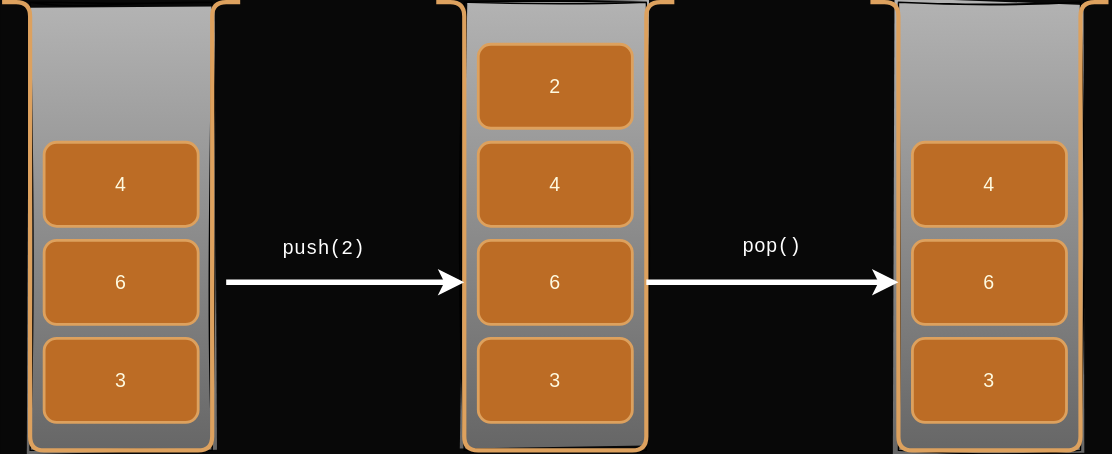
Before: 3-Stacks/images/stack2.svg, a diagram exported from draw.io (JAC-CS-Programming-4-W24/Notes). Source tidied: cells renumbered, new cells last; positions are measured from the earlier drawing's top-left corner, leaving out a move shared by most shapes.
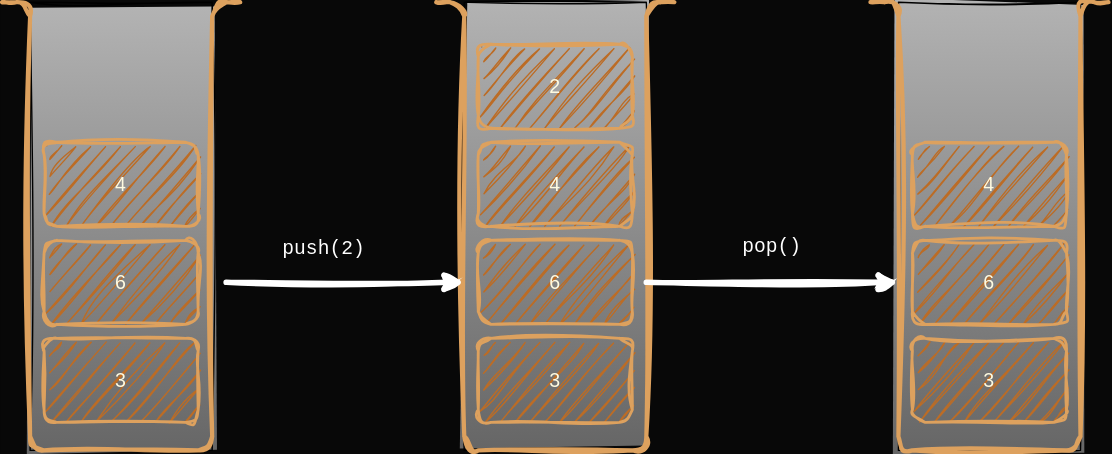
After the change.

Change to the diagram source:
```diff
@@ -11,7 +11,7 @@
     <mxCell id="4" style="rounded=0;whiteSpace=wrap;html=1;sketch=1;hachureGap=4;jiggle=2;curveFitting=1;fontFamily=Architects Daughter;fontSource=https%3A%2F%2Ffonts.googleapis.com%2Fcss%3Ffamily%3DArchitects%2BDaughter;fontSize=20;gradientColor=#666666;fillColor=#B3B3B3;" parent="1" vertex="1">
       <mxGeometry x="20" width="130" height="320" as="geometry" />
     </mxCell>
-    <mxCell id="5" style="endArrow=none;html=1;rounded=1;edgeStyle=orthogonalEdgeStyle;strokeWidth=3;labelBackgroundColor=#283618;strokeColor=#DDA15E;fontColor=#FEFAE0;" parent="1" edge="1">
+    <mxCell id="5" style="endArrow=none;html=1;rounded=1;edgeStyle=orthogonalEdgeStyle;strokeWidth=3;labelBackgroundColor=#283618;strokeColor=#DDA15E;fontColor=#FEFAE0;sketch=1;curveFitting=1;jiggle=2;" parent="1" edge="1">
       <mxGeometry relative="1" as="geometry">
         <mxPoint as="sourcePoint" />
         <mxPoint x="170" as="targetPoint" />
@@ -23,25 +23,25 @@
         </Array>
       </mxGeometry>
     </mxCell>
-    <mxCell id="6" style="rounded=1;whiteSpace=wrap;html=1;fontSize=14;strokeWidth=2;fillColor=#BC6C25;strokeColor=#DDA15E;fontColor=#FEFAE0;" parent="1" vertex="1">
+    <mxCell id="6" style="rounded=1;whiteSpace=wrap;html=1;fontSize=14;strokeWidth=2;fillColor=#BC6C25;strokeColor=#DDA15E;fontColor=#FEFAE0;sketch=1;curveFitting=1;jiggle=2;" parent="1" vertex="1">
       <mxGeometry x="30" y="240" width="110" height="60" as="geometry" />
     </mxCell>
-    <mxCell id="7" value="3" style="text;html=1;strokeColor=none;fillColor=none;align=center;verticalAlign=middle;whiteSpace=wrap;rounded=0;fontSize=14;fontColor=#FEFAE0;" parent="1" vertex="1">
+    <mxCell id="7" value="3" style="text;html=1;strokeColor=none;fillColor=none;align=center;verticalAlign=middle;whiteSpace=wrap;rounded=0;fontSize=14;fontColor=#FEFAE0;sketch=1;curveFitting=1;jiggle=2;" parent="1" vertex="1">
       <mxGeometry x="55" y="255" width="60" height="30" as="geometry" />
     </mxCell>
-    <mxCell id="8" style="rounded=1;whiteSpace=wrap;html=1;fontSize=14;strokeWidth=2;fillColor=#BC6C25;strokeColor=#DDA15E;fontColor=#FEFAE0;" parent="1" vertex="1">
+    <mxCell id="8" style="rounded=1;whiteSpace=wrap;html=1;fontSize=14;strokeWidth=2;fillColor=#BC6C25;strokeColor=#DDA15E;fontColor=#FEFAE0;sketch=1;curveFitting=1;jiggle=2;" parent="1" vertex="1">
       <mxGeometry x="30" y="170" width="110" height="60" as="geometry" />
     </mxCell>
-    <mxCell id="9" value="6" style="text;html=1;strokeColor=none;fillColor=none;align=center;verticalAlign=middle;whiteSpace=wrap;rounded=0;fontSize=14;fontColor=#FEFAE0;" parent="1" vertex="1">
+    <mxCell id="9" value="6" style="text;html=1;strokeColor=none;fillColor=none;align=center;verticalAlign=middle;whiteSpace=wrap;rounded=0;fontSize=14;fontColor=#FEFAE0;sketch=1;curveFitting=1;jiggle=2;" parent="1" vertex="1">
       <mxGeometry x="55" y="185" width="60" height="30" as="geometry" />
     </mxCell>
-    <mxCell id="10" style="rounded=1;whiteSpace=wrap;html=1;fontSize=14;strokeWidth=2;fillColor=#BC6C25;strokeColor=#DDA15E;fontColor=#FEFAE0;" parent="1" vertex="1">
+    <mxCell id="10" style="rounded=1;whiteSpace=wrap;html=1;fontSize=14;strokeWidth=2;fillColor=#BC6C25;strokeColor=#DDA15E;fontColor=#FEFAE0;sketch=1;curveFitting=1;jiggle=2;" parent="1" vertex="1">
       <mxGeometry x="30" y="100" width="110" height="60" as="geometry" />
     </mxCell>
-    <mxCell id="11" value="4" style="text;html=1;strokeColor=none;fillColor=none;align=center;verticalAlign=middle;whiteSpace=wrap;rounded=0;fontSize=14;fontColor=#FEFAE0;" parent="1" vertex="1">
+    <mxCell id="11" value="4" style="text;html=1;strokeColor=none;fillColor=none;align=center;verticalAlign=middle;whiteSpace=wrap;rounded=0;fontSize=14;fontColor=#FEFAE0;sketch=1;curveFitting=1;jiggle=2;" parent="1" vertex="1">
       <mxGeometry x="55" y="115" width="60" height="30" as="geometry" />
     </mxCell>
-    <mxCell id="12" style="endArrow=none;html=1;rounded=1;edgeStyle=orthogonalEdgeStyle;strokeWidth=3;labelBackgroundColor=#283618;strokeColor=#DDA15E;fontColor=#FEFAE0;" parent="1" edge="1">
+    <mxCell id="12" style="endArrow=none;html=1;rounded=1;edgeStyle=orthogonalEdgeStyle;strokeWidth=3;labelBackgroundColor=#283618;strokeColor=#DDA15E;fontColor=#FEFAE0;sketch=1;curveFitting=1;jiggle=2;" parent="1" edge="1">
       <mxGeometry relative="1" as="geometry">
         <mxPoint x="310" as="sourcePoint" />
         <mxPoint x="480" as="targetPoint" />
@@ -53,25 +53,25 @@
         </Array>
       </mxGeometry>
     </mxCell>
-    <mxCell id="13" style="rounded=1;whiteSpace=wrap;html=1;fontSize=14;strokeWidth=2;fillColor=#BC6C25;strokeColor=#DDA15E;fontColor=#FEFAE0;" parent="1" vertex="1">
+    <mxCell id="13" style="rounded=1;whiteSpace=wrap;html=1;fontSize=14;strokeWidth=2;fillColor=#BC6C25;strokeColor=#DDA15E;fontColor=#FEFAE0;sketch=1;curveFitting=1;jiggle=2;" parent="1" vertex="1">
       <mxGeometry x="340" y="240" width="110" height="60" as="geometry" />
     </mxCell>
-    <mxCell id="14" value="3" style="text;html=1;strokeColor=none;fillColor=none;align=center;verticalAlign=middle;whiteSpace=wrap;rounded=0;fontSize=14;fontColor=#FEFAE0;" parent="1" vertex="1">
+    <mxCell id="14" value="3" style="text;html=1;strokeColor=none;fillColor=none;align=center;verticalAlign=middle;whiteSpace=wrap;rounded=0;fontSize=14;fontColor=#FEFAE0;sketch=1;curveFitting=1;jiggle=2;" parent="1" vertex="1">
       <mxGeometry x="365" y="255" width="60" height="30" as="geometry" />
     </mxCell>
-    <mxCell id="15" style="rounded=1;whiteSpace=wrap;html=1;fontSize=14;strokeWidth=2;fillColor=#BC6C25;strokeColor=#DDA15E;fontColor=#FEFAE0;" parent="1" vertex="1">
+    <mxCell id="15" style="rounded=1;whiteSpace=wrap;html=1;fontSize=14;strokeWidth=2;fillColor=#BC6C25;strokeColor=#DDA15E;fontColor=#FEFAE0;sketch=1;curveFitting=1;jiggle=2;" parent="1" vertex="1">
       <mxGeometry x="340" y="170" width="110" height="60" as="geometry" />
     </mxCell>
-    <mxCell id="16" value="6" style="text;html=1;strokeColor=none;fillColor=none;align=center;verticalAlign=middle;whiteSpace=wrap;rounded=0;fontSize=14;fontColor=#FEFAE0;" parent="1" vertex="1">
+    <mxCell id="16" value="6" style="text;html=1;strokeColor=none;fillColor=none;align=center;verticalAlign=middle;whiteSpace=wrap;rounded=0;fontSize=14;fontColor=#FEFAE0;sketch=1;curveFitting=1;jiggle=2;" parent="1" vertex="1">
       <mxGeometry x="365" y="185" width="60" height="30" as="geometry" />
     </mxCell>
-    <mxCell id="17" style="rounded=1;whiteSpace=wrap;html=1;fontSize=14;strokeWidth=2;fillColor=#BC6C25;strokeColor=#DDA15E;fontColor=#FEFAE0;" parent="1" vertex="1">
+    <mxCell id="17" style="rounded=1;whiteSpace=wrap;html=1;fontSize=14;strokeWidth=2;fillColor=#BC6C25;strokeColor=#DDA15E;fontColor=#FEFAE0;sketch=1;curveFitting=1;jiggle=2;" parent="1" vertex="1">
       <mxGeometry x="340" y="100" width="110" height="60" as="geometry" />
     </mxCell>
-    <mxCell id="18" value="4" style="text;html=1;strokeColor=none;fillColor=none;align=center;verticalAlign=middle;whiteSpace=wrap;rounded=0;fontSize=14;fontColor=#FEFAE0;" parent="1" vertex="1">
+    <mxCell id="18" value="4" style="text;html=1;strokeColor=none;fillColor=none;align=center;verticalAlign=middle;whiteSpace=wrap;rounded=0;fontSize=14;fontColor=#FEFAE0;sketch=1;curveFitting=1;jiggle=2;" parent="1" vertex="1">
       <mxGeometry x="365" y="115" width="60" height="30" as="geometry" />
     </mxCell>
-    <mxCell id="19" style="endArrow=none;html=1;rounded=1;edgeStyle=orthogonalEdgeStyle;strokeWidth=3;labelBackgroundColor=#283618;strokeColor=#DDA15E;fontColor=#FEFAE0;" parent="1" edge="1">
+    <mxCell id="19" style="endArrow=none;html=1;rounded=1;edgeStyle=orthogonalEdgeStyle;strokeWidth=3;labelBackgroundColor=#283618;strokeColor=#DDA15E;fontColor=#FEFAE0;sketch=1;curveFitting=1;jiggle=2;" parent="1" edge="1">
       <mxGeometry relative="1" as="geometry">
         <mxPoint x="620" as="sourcePoint" />
         <mxPoint x="790" as="targetPoint" />
@@ -83,46 +83,46 @@
         </Array>
       </mxGeometry>
     </mxCell>
-    <mxCell id="20" style="rounded=1;whiteSpace=wrap;html=1;fontSize=14;strokeWidth=2;fillColor=#BC6C25;strokeColor=#DDA15E;fontColor=#FEFAE0;" parent="1" vertex="1">
+    <mxCell id="20" style="rounded=1;whiteSpace=wrap;html=1;fontSize=14;strokeWidth=2;fillColor=#BC6C25;strokeColor=#DDA15E;fontColor=#FEFAE0;sketch=1;curveFitting=1;jiggle=2;" parent="1" vertex="1">
       <mxGeometry x="650" y="240" width="110" height="60" as="geometry" />
     </mxCell>
-    <mxCell id="21" value="3" style="text;html=1;strokeColor=none;fillColor=none;align=center;verticalAlign=middle;whiteSpace=wrap;rounded=0;fontSize=14;fontColor=#FEFAE0;" parent="1" vertex="1">
+    <mxCell id="21" value="3" style="text;html=1;strokeColor=none;fillColor=none;align=center;verticalAlign=middle;whiteSpace=wrap;rounded=0;fontSize=14;fontColor=#FEFAE0;sketch=1;curveFitting=1;jiggle=2;" parent="1" vertex="1">
       <mxGeometry x="675" y="255" width="60" height="30" as="geometry" />
     </mxCell>
-    <mxCell id="22" style="rounded=1;whiteSpace=wrap;html=1;fontSize=14;strokeWidth=2;fillColor=#BC6C25;strokeColor=#DDA15E;fontColor=#FEFAE0;" parent="1" vertex="1">
+    <mxCell id="22" style="rounded=1;whiteSpace=wrap;html=1;fontSize=14;strokeWidth=2;fillColor=#BC6C25;strokeColor=#DDA15E;fontColor=#FEFAE0;sketch=1;curveFitting=1;jiggle=2;" parent="1" vertex="1">
       <mxGeometry x="650" y="170" width="110" height="60" as="geometry" />
     </mxCell>
-    <mxCell id="23" value="6" style="text;html=1;strokeColor=none;fillColor=none;align=center;verticalAlign=middle;whiteSpace=wrap;rounded=0;fontSize=14;fontColor=#FEFAE0;" parent="1" vertex="1">
+    <mxCell id="23" value="6" style="text;html=1;strokeColor=none;fillColor=none;align=center;verticalAlign=middle;whiteSpace=wrap;rounded=0;fontSize=14;fontColor=#FEFAE0;sketch=1;curveFitting=1;jiggle=2;" parent="1" vertex="1">
       <mxGeometry x="675" y="185" width="60" height="30" as="geometry" />
     </mxCell>
-    <mxCell id="24" style="rounded=1;whiteSpace=wrap;html=1;fontSize=14;strokeWidth=2;fillColor=#BC6C25;strokeColor=#DDA15E;fontColor=#FEFAE0;" parent="1" vertex="1">
+    <mxCell id="24" style="rounded=1;whiteSpace=wrap;html=1;fontSize=14;strokeWidth=2;fillColor=#BC6C25;strokeColor=#DDA15E;fontColor=#FEFAE0;sketch=1;curveFitting=1;jiggle=2;" parent="1" vertex="1">
       <mxGeometry x="650" y="100" width="110" height="60" as="geometry" />
     </mxCell>
-    <mxCell id="25" value="4" style="text;html=1;strokeColor=none;fillColor=none;align=center;verticalAlign=middle;whiteSpace=wrap;rounded=0;fontSize=14;fontColor=#FEFAE0;" parent="1" vertex="1">
+    <mxCell id="25" value="4" style="text;html=1;strokeColor=none;fillColor=none;align=center;verticalAlign=middle;whiteSpace=wrap;rounded=0;fontSize=14;fontColor=#FEFAE0;sketch=1;curveFitting=1;jiggle=2;" parent="1" vertex="1">
       <mxGeometry x="675" y="115" width="60" height="30" as="geometry" />
     </mxCell>
-    <mxCell id="26" style="endArrow=classic;html=1;rounded=0;fontSize=14;edgeStyle=orthogonalEdgeStyle;strokeColor=#FFFFFF;strokeWidth=4;" parent="1" edge="1">
+    <mxCell id="26" style="endArrow=classic;html=1;rounded=0;fontSize=14;edgeStyle=orthogonalEdgeStyle;strokeColor=#FFFFFF;strokeWidth=4;sketch=1;curveFitting=1;jiggle=2;" parent="1" edge="1">
       <mxGeometry relative="1" as="geometry">
         <mxPoint x="160" y="200" as="sourcePoint" />
         <mxPoint x="330" y="200" as="targetPoint" />
       </mxGeometry>
     </mxCell>
-    <mxCell id="27" style="endArrow=classic;html=1;rounded=0;fontSize=14;edgeStyle=orthogonalEdgeStyle;strokeColor=#FFFFFF;strokeWidth=4;" parent="1" edge="1">
+    <mxCell id="27" style="endArrow=classic;html=1;rounded=0;fontSize=14;edgeStyle=orthogonalEdgeStyle;strokeColor=#FFFFFF;strokeWidth=4;sketch=1;curveFitting=1;jiggle=2;" parent="1" edge="1">
       <mxGeometry relative="1" as="geometry">
         <mxPoint x="460" y="200" as="sourcePoint" />
         <mxPoint x="640" y="200" as="targetPoint" />
       </mxGeometry>
     </mxCell>
-    <mxCell id="28" value="&lt;font face=&quot;Courier New&quot;&gt;push(2)&lt;/font&gt;" style="text;html=1;strokeColor=none;fillColor=none;align=center;verticalAlign=middle;whiteSpace=wrap;rounded=0;fontSize=14;fontColor=#FFFFFF;" parent="1" vertex="1">
+    <mxCell id="28" value="&lt;font face=&quot;Courier New&quot;&gt;push(2)&lt;/font&gt;" style="text;html=1;strokeColor=none;fillColor=none;align=center;verticalAlign=middle;whiteSpace=wrap;rounded=0;fontSize=14;fontColor=#FFFFFF;sketch=1;curveFitting=1;jiggle=2;" parent="1" vertex="1">
       <mxGeometry x="200" y="160" width="60" height="30" as="geometry" />
     </mxCell>
-    <mxCell id="29" value="pop()" style="text;html=1;strokeColor=none;fillColor=none;align=center;verticalAlign=middle;whiteSpace=wrap;rounded=0;fontSize=14;fontColor=#FFFFFF;fontFamily=Courier New;" parent="1" vertex="1">
+    <mxCell id="29" value="pop()" style="text;html=1;strokeColor=none;fillColor=none;align=center;verticalAlign=middle;whiteSpace=wrap;rounded=0;fontSize=14;fontColor=#FFFFFF;fontFamily=Courier New;sketch=1;curveFitting=1;jiggle=2;" parent="1" vertex="1">
       <mxGeometry x="520" y="160" width="60" height="30" as="geometry" />
     </mxCell>
-    <mxCell id="30" style="rounded=1;whiteSpace=wrap;html=1;fontSize=14;strokeWidth=2;fillColor=#BC6C25;strokeColor=#DDA15E;fontColor=#FEFAE0;" parent="1" vertex="1">
+    <mxCell id="30" style="rounded=1;whiteSpace=wrap;html=1;fontSize=14;strokeWidth=2;fillColor=#BC6C25;strokeColor=#DDA15E;fontColor=#FEFAE0;sketch=1;curveFitting=1;jiggle=2;" parent="1" vertex="1">
       <mxGeometry x="340" y="30" width="110" height="60" as="geometry" />
     </mxCell>
-    <mxCell id="31" value="2" style="text;html=1;strokeColor=none;fillColor=none;align=center;verticalAlign=middle;whiteSpace=wrap;rounded=0;fontSize=14;fontColor=#FEFAE0;" parent="1" vertex="1">
+    <mxCell id="31" value="2" style="text;html=1;strokeColor=none;fillColor=none;align=center;verticalAlign=middle;whiteSpace=wrap;rounded=0;fontSize=14;fontColor=#FEFAE0;sketch=1;curveFitting=1;jiggle=2;" parent="1" vertex="1">
       <mxGeometry x="365" y="45" width="60" height="30" as="geometry" />
     </mxCell>
   </root>
```
